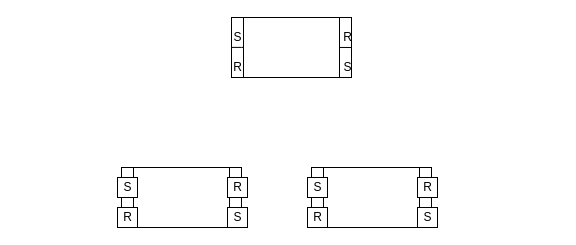
Before: Untitled Diagram.drawio in KotFedot21/-_1, a draw.io diagram. Source tidied: cells renumbered, new cells numbered last; positions are measured from the earlier drawing's top-left corner, leaving out a move shared by most shapes. Both pictures are drawn from the tidied source at 100%, with x=0, y=0 at pixel (117, 17).
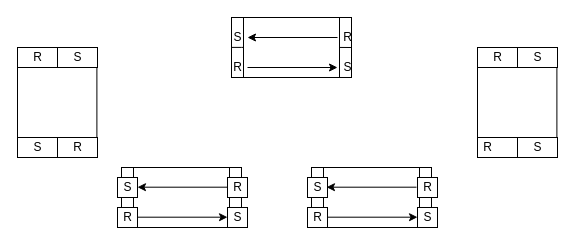
After the change.

The change refers to these unchanged cells:
```xml
<mxCell id="5" value="S" style="text;html=1;align=center;verticalAlign=middle;points=[];strokeColor=none;fillColor=none;fontColor=default;" parent="1" vertex="1">
  <mxGeometry x="110" y="10" width="20" height="20" as="geometry" />
</mxCell>
<mxCell id="6" value="R" style="text;html=1;align=center;verticalAlign=middle;points=[];strokeColor=none;fillColor=none;fontColor=default;" parent="1" vertex="1">
  <mxGeometry x="110" y="40" width="20" height="20" as="geometry" />
</mxCell>
<mxCell id="7" value="S" style="text;html=1;align=center;verticalAlign=middle;points=[];strokeColor=none;fillColor=none;fontColor=default;" parent="1" vertex="1">
  <mxGeometry x="220" y="40" width="20" height="20" as="geometry" />
</mxCell>
<mxCell id="8" value="R" style="text;html=1;align=center;verticalAlign=middle;points=[];strokeColor=none;fillColor=none;fontColor=default;" parent="1" vertex="1">
  <mxGeometry x="220" y="10" width="20" height="20" as="geometry" />
</mxCell>
```

Diff of the diagram source:
```diff
@@
-    <mxCell id="12" value="S" style="text;html=1;align=center;verticalAlign=middle;points=[];fillColor=default;strokeColor=default;fontColor=default;" parent="1" vertex="1">
+    <mxCell id="12" value="S" style="text;html=1;align=center;verticalAlign=middle;points=[];labelBackgroundColor=default;fillColor=default;strokeColor=default;fontColor=default;" parent="1" vertex="1">
       <mxGeometry y="160" width="20" height="20" as="geometry" />
     </mxCell>
-    <mxCell id="13" value="R" style="text;html=1;align=center;verticalAlign=middle;fillColor=default;strokeColor=default;fontColor=default;" parent="1" vertex="1">
+    <mxCell id="13" value="R" style="text;html=1;align=center;verticalAlign=middle;labelBackgroundColor=default;fillColor=default;strokeColor=default;fontColor=default;" parent="1" vertex="1">
       <mxGeometry y="190" width="20" height="20" as="geometry" />
     </mxCell>
@@
+    <mxCell id="23" style="whiteSpace=wrap;html=1;labelBackgroundColor=default;fontColor=default;strokeColor=default;fillColor=default;" parent="1" vertex="1">
+      <mxGeometry x="420" y="30" width="20" height="20" as="geometry" />
+    </mxCell>
+    <mxCell id="24" style="whiteSpace=wrap;html=1;labelBackgroundColor=default;fontColor=default;strokeColor=default;fillColor=default;" parent="1" vertex="1">
+      <mxGeometry x="360" y="120" width="20" height="20" as="geometry" />
+    </mxCell>
+    <mxCell id="25" style="whiteSpace=wrap;html=1;labelBackgroundColor=default;fontColor=default;strokeColor=default;fillColor=default;" parent="1" vertex="1">
+      <mxGeometry x="420" y="120" width="20" height="20" as="geometry" />
+    </mxCell>
+    <mxCell id="26" style="endArrow=none;html=1;rounded=0;labelBackgroundColor=default;fontColor=default;strokeColor=default;fillColor=default;entryX=0;entryY=0;entryDx=0;entryDy=0;exitX=1;exitY=0;exitDx=0;exitDy=0;" parent="1" edge="1" target="23">
+      <mxGeometry relative="1" as="geometry">
+        <mxPoint x="380" y="30" as="sourcePoint" />
+      </mxGeometry>
+    </mxCell>
+    <mxCell id="27" style="endArrow=none;html=1;rounded=0;labelBackgroundColor=default;fontColor=default;strokeColor=default;fillColor=default;entryX=0;entryY=1;entryDx=0;entryDy=0;exitX=0;exitY=0;exitDx=0;exitDy=0;" parent="1" edge="1" source="24">
+      <mxGeometry relative="1" as="geometry">
+        <mxPoint x="360" y="50" as="targetPoint" />
+      </mxGeometry>
+    </mxCell>
+    <mxCell id="28" style="endArrow=none;html=1;rounded=0;labelBackgroundColor=default;fontColor=default;strokeColor=default;fillColor=default;entryX=0;entryY=1;entryDx=0;entryDy=0;exitX=0;exitY=0;exitDx=0;exitDy=0;" parent="1" edge="1">
+      <mxGeometry relative="1" as="geometry">
+        <mxPoint x="439.4" y="120" as="sourcePoint" />
+        <mxPoint x="439.4" y="50" as="targetPoint" />
+      </mxGeometry>
+    </mxCell>
+    <mxCell id="29" style="rounded=0;whiteSpace=wrap;html=1;labelBackgroundColor=default;fontColor=default;strokeColor=default;fillColor=default;" parent="1" vertex="1">
+      <mxGeometry x="360" y="30" width="40" height="20" as="geometry" />
+    </mxCell>
+    <mxCell id="30" style="rounded=0;whiteSpace=wrap;html=1;labelBackgroundColor=default;fontColor=default;strokeColor=default;fillColor=default;" parent="1" vertex="1">
+      <mxGeometry x="400" y="30" width="40" height="20" as="geometry" />
+    </mxCell>
+    <mxCell id="31" style="rounded=0;whiteSpace=wrap;html=1;labelBackgroundColor=default;fontColor=default;strokeColor=default;fillColor=default;" parent="1" vertex="1">
+      <mxGeometry x="360" y="120" width="40" height="20" as="geometry" />
+    </mxCell>
+    <mxCell id="32" style="rounded=0;whiteSpace=wrap;html=1;labelBackgroundColor=default;fontColor=default;strokeColor=default;fillColor=default;" parent="1" vertex="1">
+      <mxGeometry x="400" y="120" width="40" height="20" as="geometry" />
+    </mxCell>
+    <mxCell id="33" style="whiteSpace=wrap;html=1;labelBackgroundColor=default;fontColor=default;strokeColor=default;fillColor=default;" parent="1" vertex="1">
+      <mxGeometry x="-40" y="30" width="20" height="20" as="geometry" />
+    </mxCell>
+    <mxCell id="34" style="whiteSpace=wrap;html=1;labelBackgroundColor=default;fontColor=default;strokeColor=default;fillColor=default;" parent="1" vertex="1">
+      <mxGeometry x="-100" y="120" width="20" height="20" as="geometry" />
+    </mxCell>
+    <mxCell id="35" style="whiteSpace=wrap;html=1;labelBackgroundColor=default;fontColor=default;strokeColor=default;fillColor=default;" parent="1" vertex="1">
+      <mxGeometry x="-40" y="120" width="20" height="20" as="geometry" />
+    </mxCell>
+    <mxCell id="36" style="endArrow=none;html=1;rounded=0;labelBackgroundColor=default;fontColor=default;strokeColor=default;fillColor=default;entryX=0;entryY=0;entryDx=0;entryDy=0;exitX=1;exitY=0;exitDx=0;exitDy=0;" parent="1" edge="1" target="33">
+      <mxGeometry relative="1" as="geometry">
+        <mxPoint x="-80" y="30" as="sourcePoint" />
+      </mxGeometry>
+    </mxCell>
+    <mxCell id="37" style="endArrow=none;html=1;rounded=0;labelBackgroundColor=default;fontColor=default;strokeColor=default;fillColor=default;entryX=0;entryY=1;entryDx=0;entryDy=0;exitX=0;exitY=0;exitDx=0;exitDy=0;" parent="1" edge="1" source="34">
+      <mxGeometry relative="1" as="geometry">
+        <mxPoint x="-100" y="50" as="targetPoint" />
+      </mxGeometry>
+    </mxCell>
+    <mxCell id="38" style="endArrow=none;html=1;rounded=0;labelBackgroundColor=default;fontColor=default;strokeColor=default;fillColor=default;entryX=0;entryY=1;entryDx=0;entryDy=0;exitX=0;exitY=0;exitDx=0;exitDy=0;" parent="1" edge="1">
+      <mxGeometry relative="1" as="geometry">
+        <mxPoint x="-20.6" y="120" as="sourcePoint" />
+        <mxPoint x="-20.6" y="50" as="targetPoint" />
+      </mxGeometry>
+    </mxCell>
+    <mxCell id="39" style="rounded=0;whiteSpace=wrap;html=1;labelBackgroundColor=default;fontColor=default;strokeColor=default;fillColor=default;" parent="1" vertex="1">
+      <mxGeometry x="-100" y="30" width="40" height="20" as="geometry" />
+    </mxCell>
+    <mxCell id="40" style="rounded=0;whiteSpace=wrap;html=1;labelBackgroundColor=default;fontColor=default;strokeColor=default;fillColor=default;" parent="1" vertex="1">
+      <mxGeometry x="-60" y="30" width="40" height="20" as="geometry" />
+    </mxCell>
+    <mxCell id="41" style="rounded=0;whiteSpace=wrap;html=1;labelBackgroundColor=default;fontColor=default;strokeColor=default;fillColor=default;" parent="1" vertex="1">
+      <mxGeometry x="-100" y="120" width="40" height="20" as="geometry" />
+    </mxCell>
+    <mxCell id="42" style="rounded=0;whiteSpace=wrap;html=1;labelBackgroundColor=default;fontColor=default;strokeColor=default;fillColor=default;" parent="1" vertex="1">
+      <mxGeometry x="-60" y="120" width="40" height="20" as="geometry" />
+    </mxCell>
+    <mxCell id="43" value="R" style="text;html=1;align=center;verticalAlign=middle;strokeColor=none;fillColor=none;fontColor=default;" parent="1" vertex="1">
+      <mxGeometry x="-90" y="30" width="20" height="20" as="geometry" />
+    </mxCell>
+    <mxCell id="44" value="R" style="text;html=1;align=center;verticalAlign=middle;strokeColor=none;fillColor=none;fontColor=default;" parent="1" vertex="1">
+      <mxGeometry x="-50" y="120" width="20" height="20" as="geometry" />
+    </mxCell>
+    <mxCell id="45" value="R" style="text;html=1;align=center;verticalAlign=middle;strokeColor=none;fillColor=none;fontColor=default;" parent="1" vertex="1">
+      <mxGeometry x="370" y="30" width="20" height="20" as="geometry" />
+    </mxCell>
+    <mxCell id="46" value="R" style="text;html=1;align=center;verticalAlign=middle;strokeColor=none;fillColor=none;fontColor=default;" parent="1" vertex="1">
+      <mxGeometry x="360" y="120" width="20" height="20" as="geometry" />
+    </mxCell>
+    <mxCell id="47" value="S" style="text;html=1;align=center;verticalAlign=middle;strokeColor=none;fillColor=none;fontColor=default;" parent="1" vertex="1">
+      <mxGeometry x="410" y="120" width="20" height="20" as="geometry" />
+    </mxCell>
+    <mxCell id="48" value="S" style="text;html=1;align=center;verticalAlign=middle;strokeColor=none;fillColor=none;fontColor=default;" parent="1" vertex="1">
+      <mxGeometry x="410" y="30" width="20" height="20" as="geometry" />
+    </mxCell>
+    <mxCell id="49" value="S" style="text;html=1;align=center;verticalAlign=middle;strokeColor=none;fillColor=none;fontColor=default;" parent="1" vertex="1">
+      <mxGeometry x="-50" y="30" width="20" height="20" as="geometry" />
+    </mxCell>
+    <mxCell id="50" value="S" style="text;html=1;align=center;verticalAlign=middle;strokeColor=none;fillColor=none;fontColor=default;" parent="1" vertex="1">
+      <mxGeometry x="-90" y="120" width="20" height="20" as="geometry" />
+    </mxCell>
+    <mxCell id="51" style="endArrow=classic;html=1;rounded=0;labelBackgroundColor=default;fontColor=default;strokeColor=default;fillColor=default;entryX=0;entryY=0.5;entryDx=0;entryDy=0;entryPerimeter=0;" parent="1" edge="1" source="6" target="7">
+      <mxGeometry relative="1" as="geometry" />
+    </mxCell>
+    <mxCell id="52" style="endArrow=classic;html=1;rounded=0;labelBackgroundColor=default;fontColor=default;entryX=0;entryY=0.5;entryDx=0;entryDy=0;entryPerimeter=0;fillColor=default;strokeColor=default;" parent="1" edge="1">
+      <mxGeometry relative="1" as="geometry">
+        <mxPoint x="20" y="199.7" as="sourcePoint" />
+        <mxPoint x="110" y="199.7" as="targetPoint" />
+      </mxGeometry>
+    </mxCell>
+    <mxCell id="53" style="endArrow=classic;html=1;rounded=0;labelBackgroundColor=default;fontColor=default;entryX=0;entryY=0.5;entryDx=0;entryDy=0;entryPerimeter=0;fillColor=default;strokeColor=default;" parent="1" edge="1">
+      <mxGeometry relative="1" as="geometry">
+        <mxPoint x="210" y="199.7" as="sourcePoint" />
+        <mxPoint x="300" y="199.7" as="targetPoint" />
+      </mxGeometry>
+    </mxCell>
+    <mxCell id="54" style="endArrow=classic;html=1;rounded=0;labelBackgroundColor=default;fontColor=default;strokeColor=default;fillColor=default;entryX=1;entryY=0.5;entryDx=0;entryDy=0;entryPerimeter=0;" parent="1" edge="1" source="8" target="5">
+      <mxGeometry relative="1" as="geometry" />
+    </mxCell>
+    <mxCell id="55" style="endArrow=classic;html=1;rounded=0;labelBackgroundColor=default;fontColor=default;entryX=1;entryY=0.5;entryDx=0;entryDy=0;entryPerimeter=0;fillColor=default;strokeColor=default;" parent="1" edge="1">
+      <mxGeometry relative="1" as="geometry">
+        <mxPoint x="110" y="169.7" as="sourcePoint" />
+        <mxPoint x="20" y="169.7" as="targetPoint" />
+      </mxGeometry>
+    </mxCell>
+    <mxCell id="56" style="endArrow=classic;html=1;rounded=0;labelBackgroundColor=default;fontColor=default;entryX=1;entryY=0.5;entryDx=0;entryDy=0;entryPerimeter=0;fillColor=default;strokeColor=default;" parent="1" edge="1">
+      <mxGeometry relative="1" as="geometry">
+        <mxPoint x="299" y="169.7" as="sourcePoint" />
+        <mxPoint x="209" y="169.7" as="targetPoint" />
+      </mxGeometry>
+    </mxCell>
```
